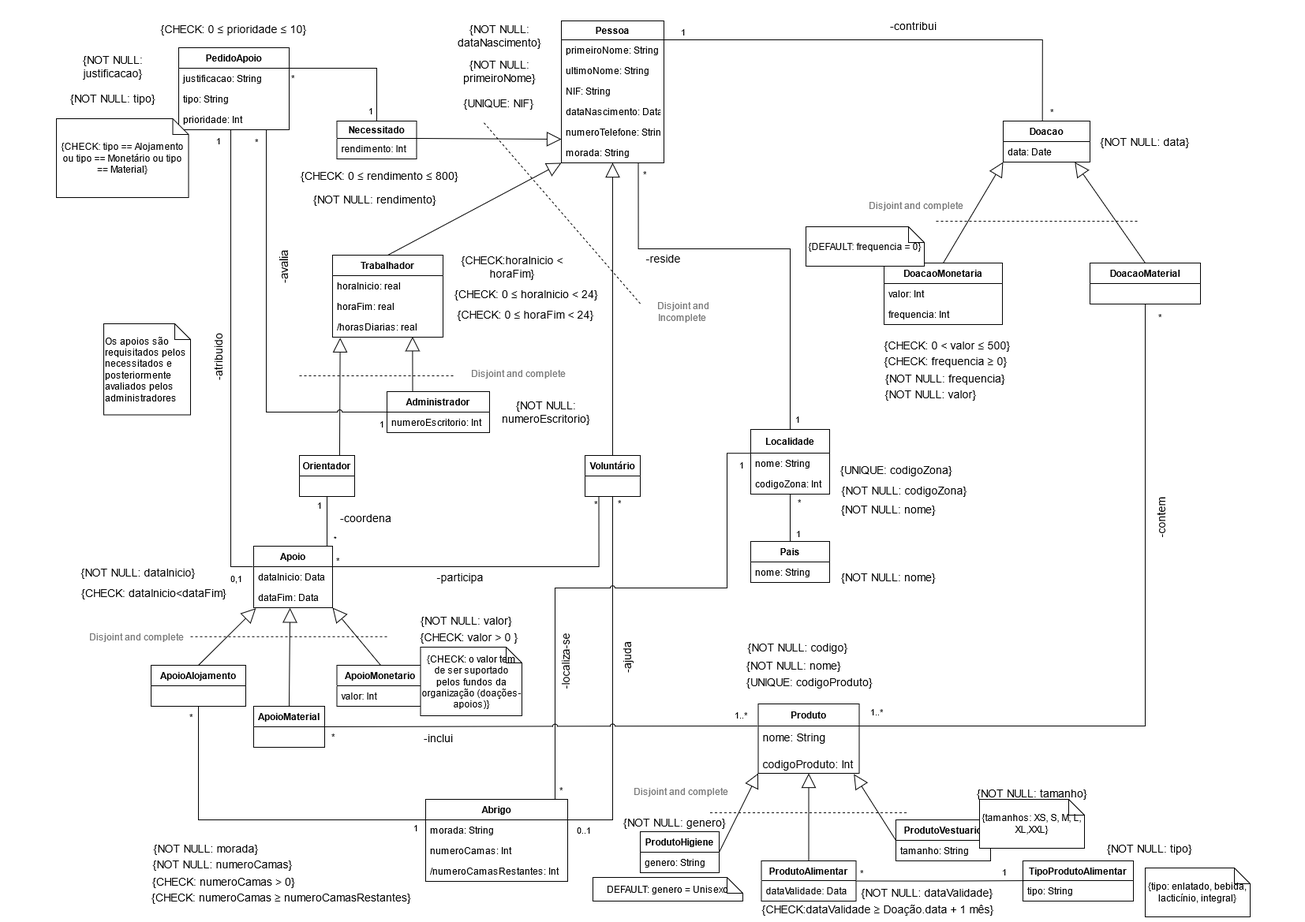
This is Delivery_I/diagram.png from francisco-rente/FEUP-BDAD, a draw.io export, as it was before one commit. Source tidied: cells renumbered, new cells last; positions are measured from the earlier drawing's top-left corner, leaving out a move shared by most shapes.
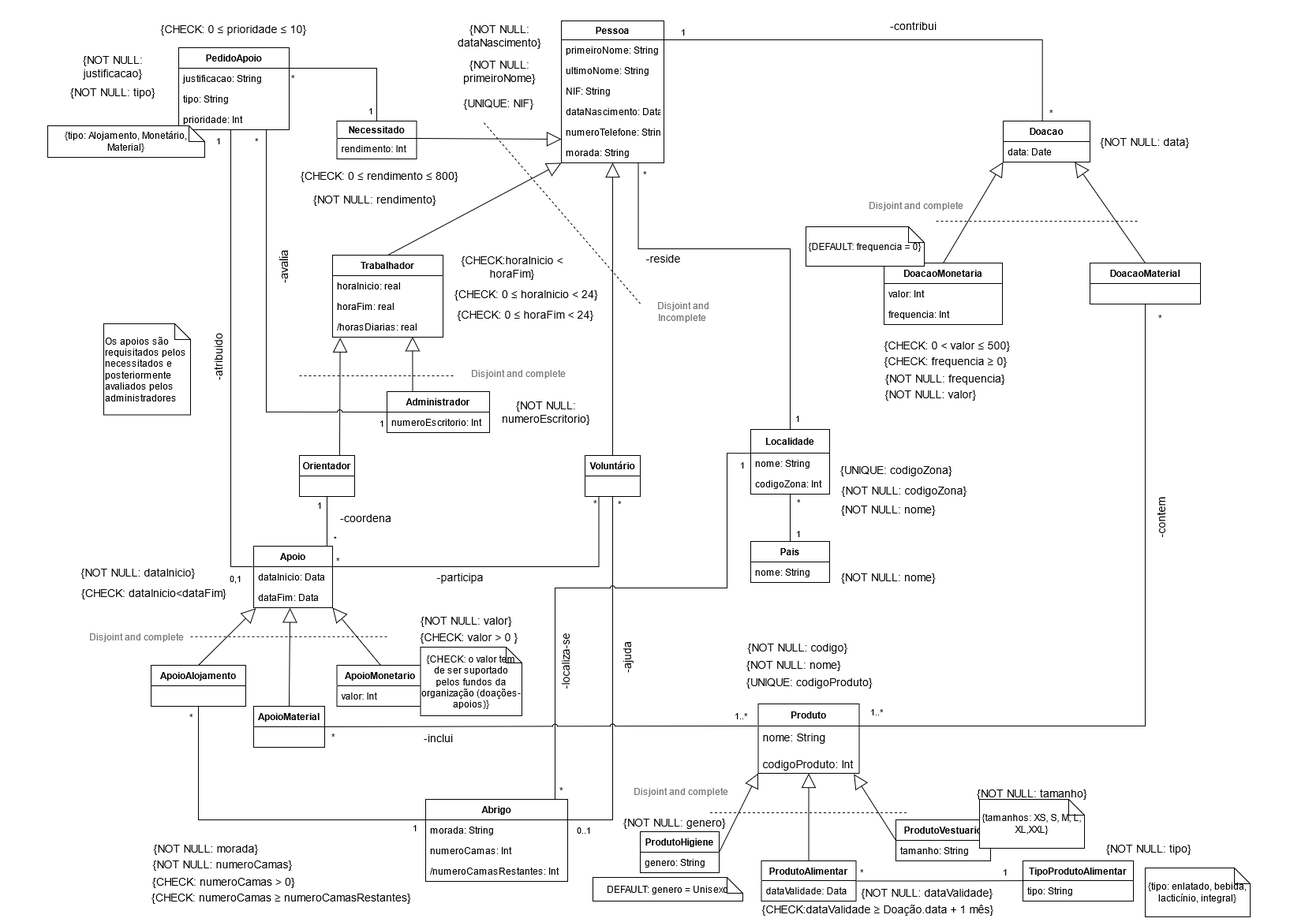
The same file after the commit.

Commit message:
changed check comment

Change to the diagram source:
```diff
@@ -586,10 +586,10 @@
       <mxGeometry y="46" width="143.5" height="32" as="geometry" />
     </mxCell>
     <mxCell id="152" value="&lt;font style=&quot;font-size: 14px&quot;&gt;{NOT NULL: tipo} &lt;/font&gt;" style="text;html=1;strokeColor=none;fillColor=none;align=center;verticalAlign=middle;whiteSpace=wrap;rounded=0;fontSize=12;" parent="1" vertex="1">
-      <mxGeometry y="86" width="143.5" height="32" as="geometry" />
+      <mxGeometry y="78" width="143.5" height="32" as="geometry" />
     </mxCell>
-    <mxCell id="153" value="{CHECK: tipo == Alojamento ou tipo == Monetário ou tipo == Material}" style="shape=note;size=20;whiteSpace=wrap;html=1;" parent="1" vertex="1">
-      <mxGeometry y="128" width="167.5" height="100" as="geometry" />
+    <mxCell id="153" value="{tipo: Alojamento, Monetário, Material}" style="shape=note;size=20;whiteSpace=wrap;html=1;" parent="1" vertex="1">
+      <mxGeometry x="-11" y="137" width="199" height="40" as="geometry" />
     </mxCell>
     <mxCell id="154" value="&lt;font style=&quot;font-size: 14px&quot;&gt;{CHECK: 0 &lt;/font&gt;&lt;font style=&quot;font-size: 14px&quot;&gt;&lt;font style=&quot;font-size: 14px&quot;&gt;≤&lt;/font&gt; horaFim&lt;/font&gt;&lt;font style=&quot;font-size: 14px&quot;&gt;&lt;span class=&quot;box&quot;&gt; &amp;lt; 24&lt;/span&gt;}&lt;/font&gt;" style="text;html=1;strokeColor=none;fillColor=none;align=center;verticalAlign=middle;whiteSpace=wrap;rounded=0;" parent="1" vertex="1">
       <mxGeometry x="488.5" y="369.5" width="212" height="13" as="geometry" />
```
